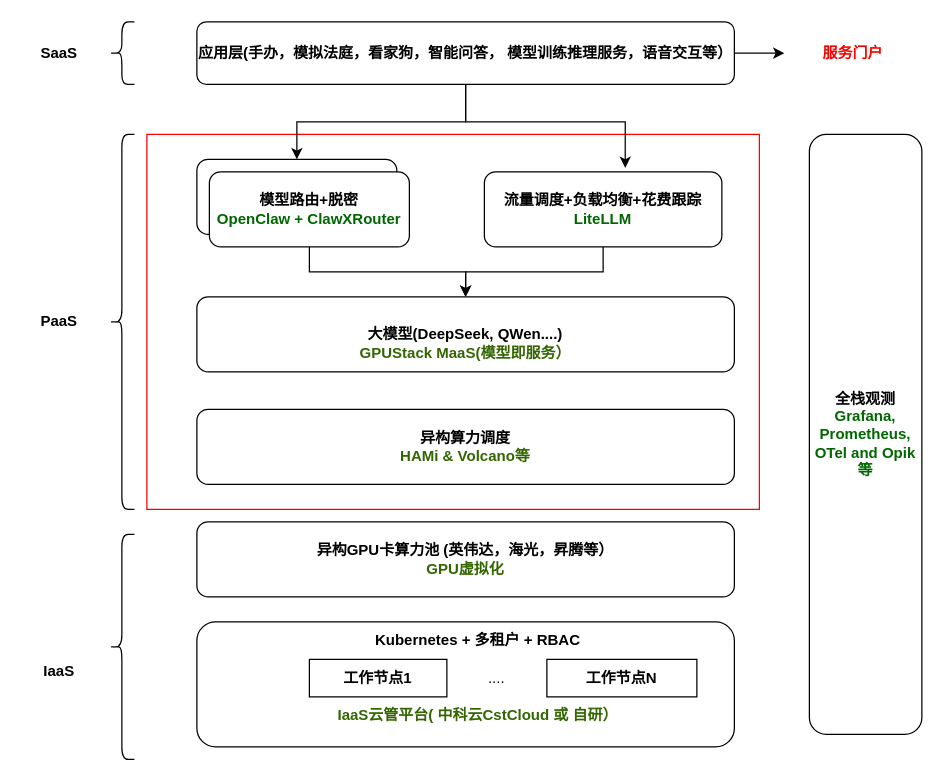
This is starbrain.drawio from wlijian-max/digrams, a draw.io file, before an edit. Source tidied: cells renumbered, new cells numbered last; positions are measured from the earlier drawing's top-left corner, leaving out a move shared by most shapes. Both pictures are drawn from the tidied source at 125%, with x=0, y=0 at pixel (21, 21).
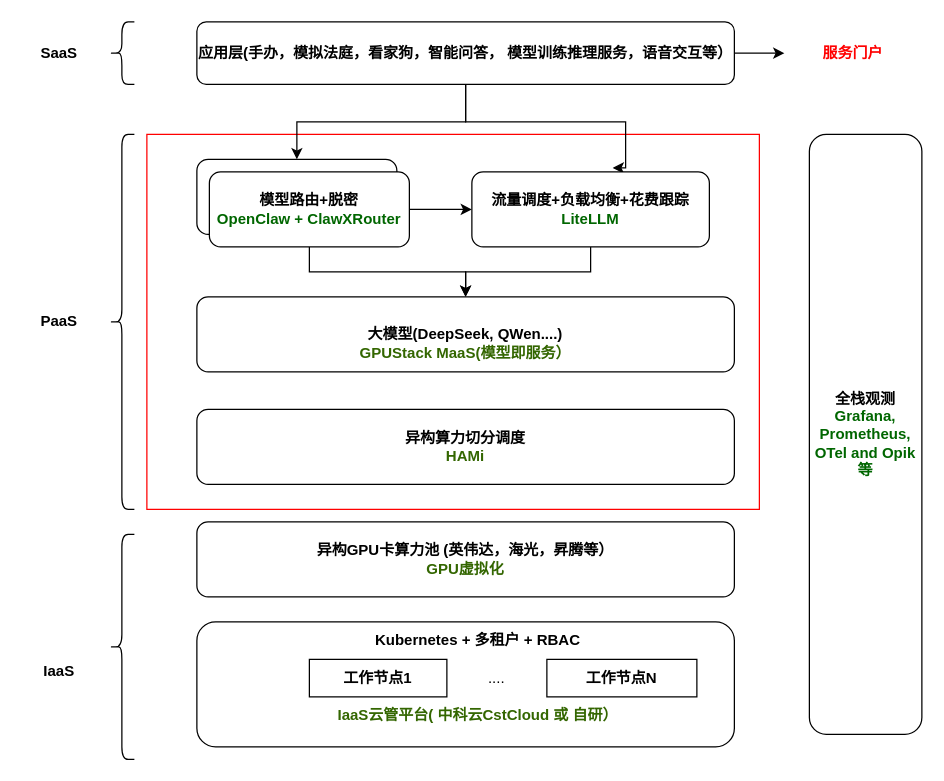
The same diagram, later.

The change refers to these unchanged cells:
```xml
<mxCell id="24" value="&lt;b&gt;模型路由+脱密&lt;br&gt;&lt;font style=&quot;color: rgb(0, 102, 0);&quot;&gt;OpenClaw + ClawXRouter&lt;/font&gt;&lt;/b&gt;" style="rounded=1;whiteSpace=wrap;html=1;" parent="1" vertex="1">
  <mxGeometry x="150" y="120" width="160" height="60" as="geometry" />
</mxCell>
```

Change to the diagram source:
```diff
@@
-    <mxCell id="5" value="&lt;b&gt;异构算力调度&lt;/b&gt;&lt;div&gt;&lt;b&gt;&lt;font style=&quot;color: rgb(51, 102, 0);&quot;&gt;HAMi &amp;amp; Volcano等&lt;/font&gt;&lt;/b&gt;&lt;/div&gt;" style="rounded=1;whiteSpace=wrap;html=1;" parent="1" vertex="1">
+    <mxCell id="5" value="&lt;b&gt;异构算力切分调度&lt;/b&gt;&lt;div&gt;&lt;b&gt;&lt;font style=&quot;color: rgb(51, 102, 0);&quot;&gt;HAMi&lt;/font&gt;&lt;/b&gt;&lt;/div&gt;" style="rounded=1;whiteSpace=wrap;html=1;" parent="1" vertex="1">
       <mxGeometry x="140" y="310" width="430" height="60" as="geometry" />
     </mxCell>
@@
+    <mxCell id="29" style="edgeStyle=orthogonalEdgeStyle;rounded=0;jettySize=auto;html=1;strokeWidth=1;" parent="1" edge="1" source="24" target="28">
+      <mxGeometry relative="1" as="geometry" />
+    </mxCell>
@@
     <mxCell id="28" value="&lt;b&gt;流量调度+负载均衡+花费跟踪&lt;br&gt;&lt;font style=&quot;color: rgb(0, 102, 0);&quot;&gt;LiteLLM&lt;/font&gt;&lt;/b&gt;" style="rounded=1;whiteSpace=wrap;html=1;" parent="1" vertex="1">
-      <mxGeometry x="370" y="120" width="190" height="60" as="geometry" />
+      <mxGeometry x="360" y="120" width="190" height="60" as="geometry" />
     </mxCell>
```
